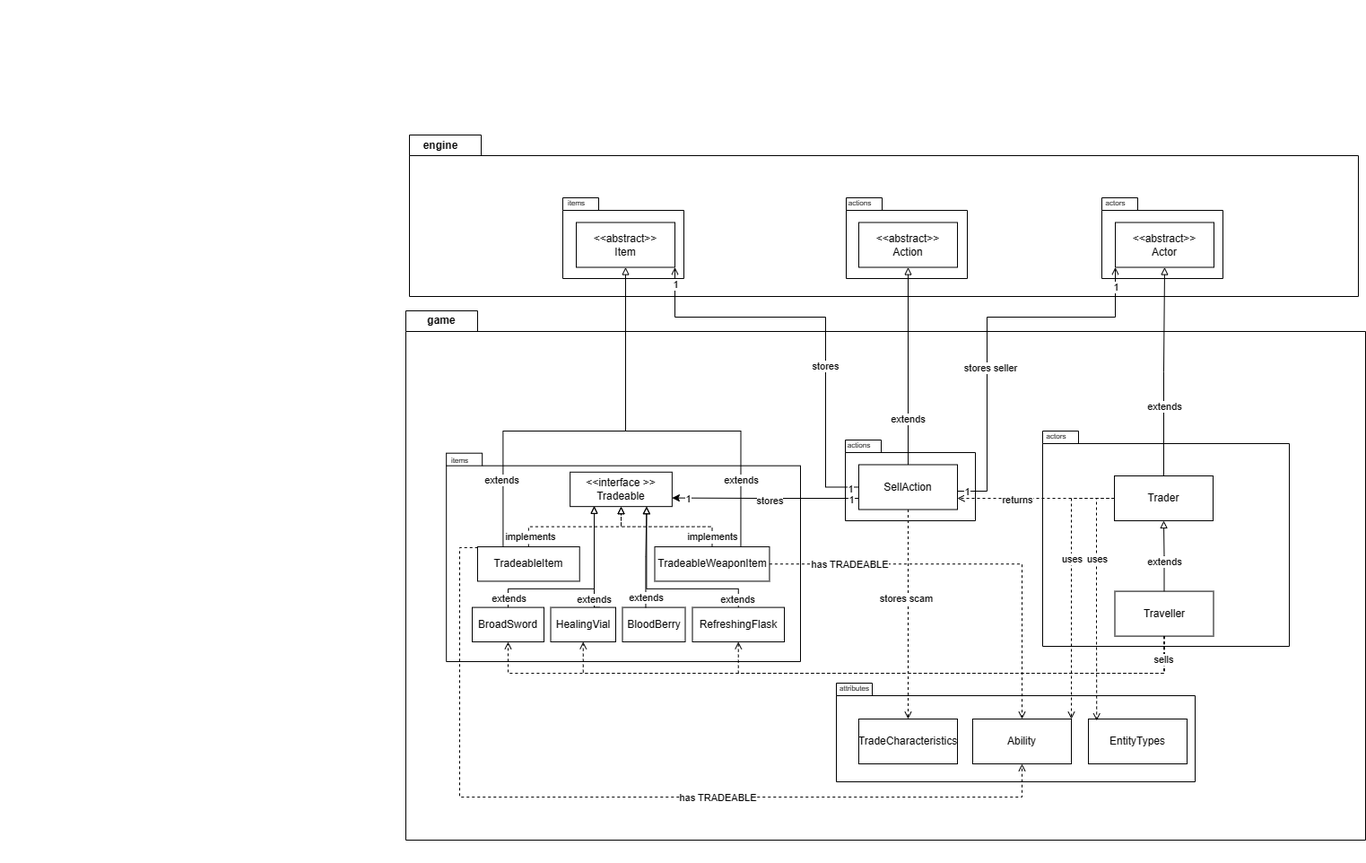
dboo0012/Designborne keeps this draw.io diagram as docs/design/A2-UML/REQ3.drawio.png. Above is the earlier version. Source tidied: cells renumbered, new cells last; positions are measured from the earlier drawing's top-left corner, leaving out a move shared by most shapes.
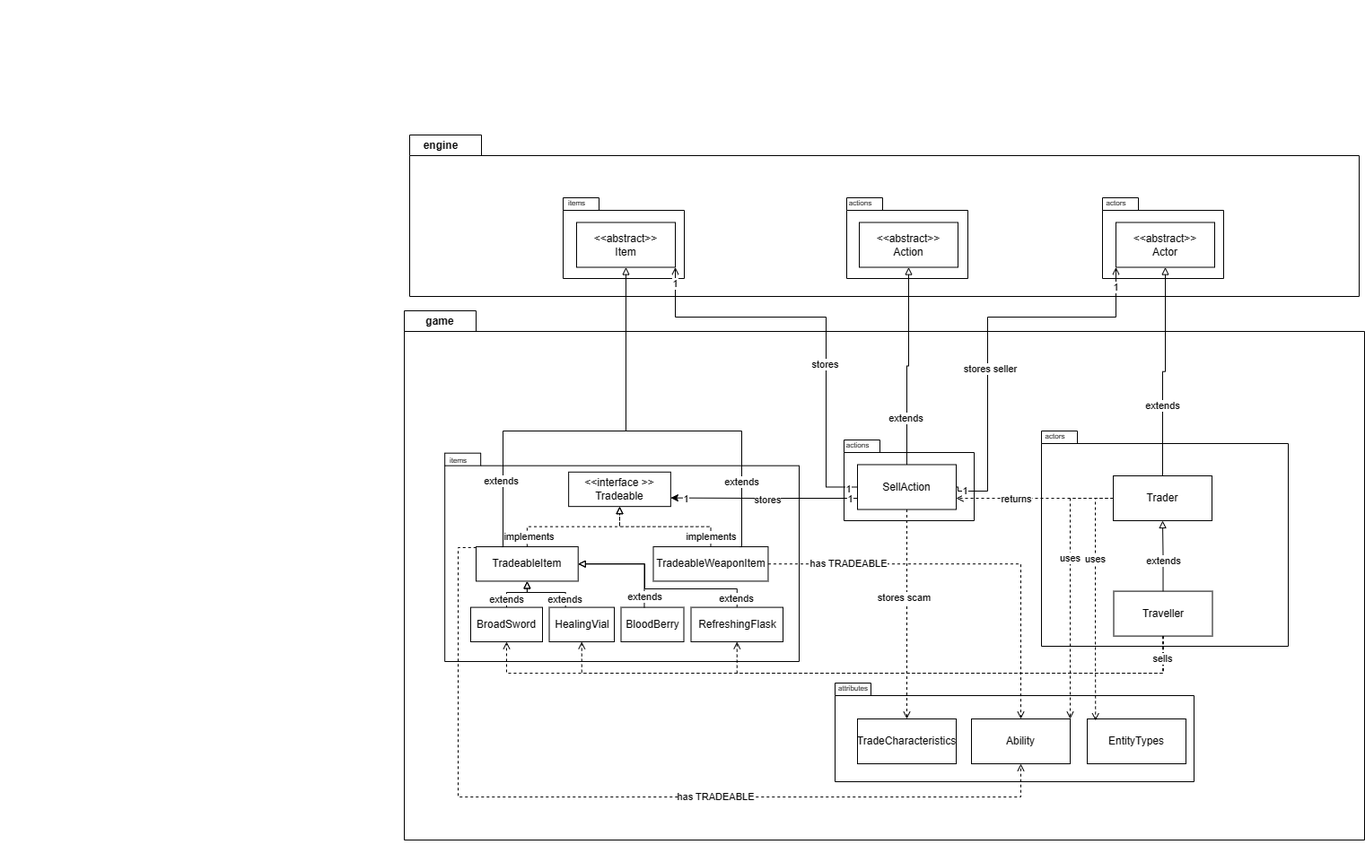
The same file after the commit.

Commit message:
=Update REQ3 UML to fix extend arrow mistake

The edit, as a diff of the source:
```diff
@@ -6,7 +6,7 @@
       <mxGeometry x="456" y="150" width="1058" height="180" as="geometry" />
     </mxCell>
     <mxCell id="3" style="group;" parent="1" vertex="1">
-      <mxGeometry x="352" y="346" width="1170" height="590" as="geometry" />
+      <mxGeometry x="350" y="346" width="1170" height="590" as="geometry" />
     </mxCell>
     <mxCell id="4" value="game" style="shape=folder;fontStyle=1;tabWidth=80;tabHeight=23;tabPosition=left;html=1;boundedLbl=1;labelInHeader=1;whiteSpace=wrap;" parent="3" vertex="1">
       <mxGeometry x="100" width="1070" height="590" as="geometry" />
@@ -81,17 +81,18 @@
     <mxCell id="26" value="TradeableWeaponItem" style="html=1;whiteSpace=wrap;" parent="17" vertex="1">
       <mxGeometry x="237.5" y="112.1" width="127.9" height="38.4" as="geometry" />
     </mxCell>
-    <mxCell id="27" style="edgeStyle=orthogonalEdgeStyle;rounded=0;jettySize=auto;html=1;exitX=0.5;exitY=0;exitDx=0;exitDy=0;endArrow=block;endFill=0;" parent="17" edge="1" source="29">
-      <mxGeometry relative="1" as="geometry">
-        <mxPoint x="170" y="66.8" as="targetPoint" />
-        <Array as="points">
-          <mxPoint x="74" y="158.9" />
-          <mxPoint x="170" y="158.9" />
-        </Array>
-      </mxGeometry>
-    </mxCell>
+    <mxCell id="97" style="edgeStyle=orthogonalEdgeStyle;rounded=0;jettySize=auto;html=1;exitX=0.5;exitY=0;exitDx=0;exitDy=0;entryX=0.5;entryY=1;entryDx=0;entryDy=0;endArrow=block;endFill=0;" parent="17" edge="1" source="29" target="23">
+      <mxGeometry relative="1" as="geometry">
+        <Array as="points">
+          <mxPoint x="74" y="163" />
+          <mxPoint x="97" y="163" />
+        </Array>
+      </mxGeometry>
+    </mxCell>
-    <mxCell id="28" value="extends" style="edgeLabel;html=1;align=center;verticalAlign=middle;" parent="27" vertex="1">
-      <mxGeometry x="-0.9" relative="1" as="geometry" />
+    <mxCell id="28" value="extends" style="edgeLabel;html=1;align=center;verticalAlign=middle;" parent="97" vertex="1">
+      <mxGeometry x="-0.7" relative="1" as="geometry">
+        <mxPoint y="-1" as="offset" />
+      </mxGeometry>
     </mxCell>
     <mxCell id="29" value="BroadSword" style="html=1;whiteSpace=wrap;" parent="17" vertex="1">
       <mxGeometry x="34" y="179.6" width="80" height="38.4" as="geometry" />
@@ -99,11 +100,11 @@
     <mxCell id="30" value="BloodBerry" style="html=1;whiteSpace=wrap;" parent="17" vertex="1">
       <mxGeometry x="201.5" y="179.6" width="70" height="38.4" as="geometry" />
     </mxCell>
-    <mxCell id="31" style="edgeStyle=orthogonalEdgeStyle;rounded=0;jettySize=auto;html=1;exitX=0.75;exitY=0;exitDx=0;exitDy=0;endArrow=block;endFill=0;" parent="17" edge="1" source="33">
+    <mxCell id="31" style="edgeStyle=orthogonalEdgeStyle;rounded=0;jettySize=auto;html=1;exitX=0.25;exitY=0;exitDx=0;exitDy=0;endArrow=block;endFill=0;entryX=0.5;entryY=1;entryDx=0;entryDy=0;" parent="17" edge="1" source="33" target="23">
       <mxGeometry relative="1" as="geometry">
-        <mxPoint x="170" y="66.8" as="targetPoint" />
         <Array as="points">
-          <mxPoint x="170" y="179.6" />
+          <mxPoint x="140" y="163" />
+          <mxPoint x="97" y="163" />
         </Array>
       </mxGeometry>
     </mxCell>
@@ -113,11 +114,12 @@
     <mxCell id="33" value="HealingVial" style="html=1;whiteSpace=wrap;" parent="17" vertex="1">
       <mxGeometry x="121.5" y="179.6" width="72.5" height="38.4" as="geometry" />
     </mxCell>
-    <mxCell id="34" style="edgeStyle=orthogonalEdgeStyle;rounded=0;jettySize=auto;html=1;entryX=0.75;entryY=1;entryDx=0;entryDy=0;exitX=0.5;exitY=0;exitDx=0;exitDy=0;endArrow=block;endFill=0;" parent="17" edge="1" source="36" target="19">
+    <mxCell id="34" style="edgeStyle=orthogonalEdgeStyle;rounded=0;jettySize=auto;html=1;entryX=1;entryY=0.5;entryDx=0;entryDy=0;exitX=0.5;exitY=0;exitDx=0;exitDy=0;endArrow=block;endFill=0;" parent="17" edge="1" source="36" target="23">
       <mxGeometry relative="1" as="geometry">
         <Array as="points">
-          <mxPoint x="331" y="158.9" />
-          <mxPoint x="228" y="158.9" />
+          <mxPoint x="331" y="159" />
+          <mxPoint x="228" y="159" />
+          <mxPoint x="228" y="131" />
         </Array>
       </mxGeometry>
     </mxCell>
@@ -127,7 +129,7 @@
     <mxCell id="36" value="RefreshingFlask" style="html=1;whiteSpace=wrap;" parent="17" vertex="1">
       <mxGeometry x="279.5" y="179.6" width="102.5" height="38.4" as="geometry" />
     </mxCell>
-    <mxCell id="37" style="edgeStyle=orthogonalEdgeStyle;rounded=0;jettySize=auto;html=1;entryX=0.75;entryY=1;entryDx=0;entryDy=0;exitX=0.371;exitY=0.006;exitDx=0;exitDy=0;exitPerimeter=0;endArrow=block;endFill=0;" parent="17" edge="1" source="30" target="19">
+    <mxCell id="37" style="edgeStyle=orthogonalEdgeStyle;rounded=0;jettySize=auto;html=1;entryX=1;entryY=0.5;entryDx=0;entryDy=0;exitX=0.371;exitY=0.006;exitDx=0;exitDy=0;exitPerimeter=0;endArrow=block;endFill=0;" parent="17" edge="1" source="30" target="23">
       <mxGeometry relative="1" as="geometry" />
     </mxCell>
     <mxCell id="38" value="extends" style="edgeLabel;html=1;align=center;verticalAlign=middle;" parent="37" vertex="1">
```
